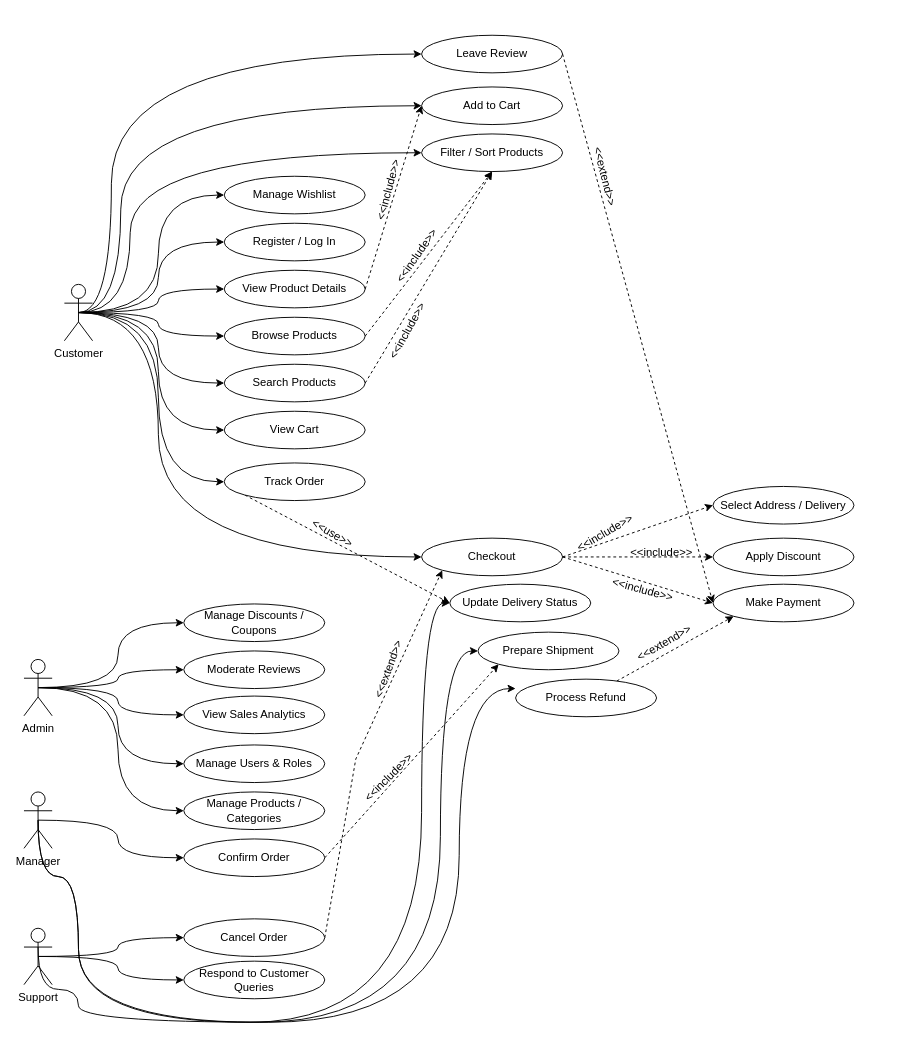
This is Lab2/drawio/usecase.drawio from ValMai12/Labs_1, a draw.io file, before an edit. Source tidied: cells renumbered, new cells numbered last; positions are measured from the earlier drawing's top-left corner, leaving out a move shared by most shapes. Both pictures are drawn from the tidied source at 94%, with x=0, y=0 at pixel (24, 35).
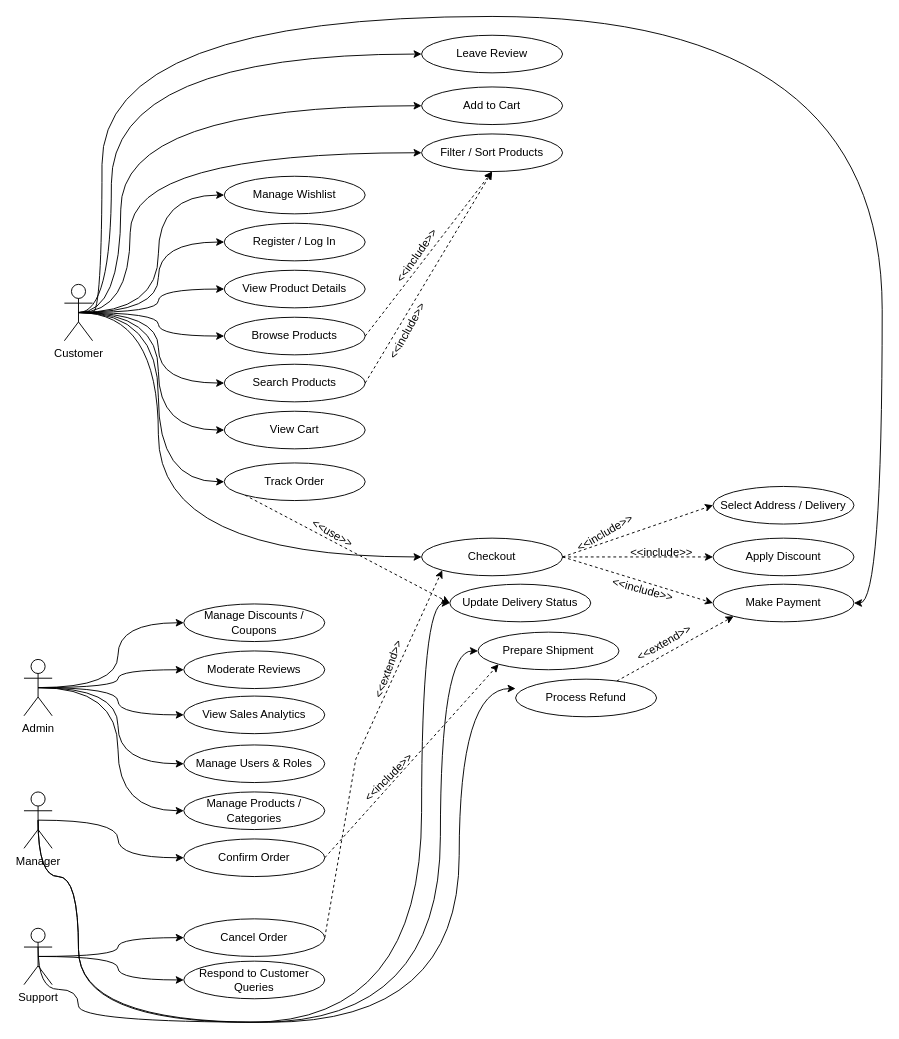
After the change.

Unchanged cells that the change refers to:
```xml
<mxCell id="15" value="Make Payment" style="ellipse;whiteSpace=wrap;html=1;" parent="1" vertex="1">
  <mxGeometry x="733" y="584" width="150" height="40" as="geometry" />
</mxCell>
<mxCell id="19" value="Leave Review" style="ellipse;whiteSpace=wrap;html=1;" parent="1" vertex="1">
  <mxGeometry x="423" width="150" height="40" as="geometry" />
</mxCell>
<mxCell id="22" value="Add to Cart" style="ellipse;whiteSpace=wrap;html=1;" parent="1" vertex="1">
  <mxGeometry x="423" y="55" width="150" height="40" as="geometry" />
</mxCell>
<mxCell id="37" value="View Product Details" style="ellipse;whiteSpace=wrap;html=1;" parent="1" vertex="1">
  <mxGeometry x="213" y="250" width="150" height="40" as="geometry" />
</mxCell>
<mxCell id="49" value="Customer&lt;div&gt;&lt;br&gt;&lt;/div&gt;" style="shape=umlActor;verticalLabelPosition=bottom;verticalAlign=top;html=1;outlineConnect=0;" parent="1" vertex="1">
  <mxGeometry x="43" y="265" width="30" height="60" as="geometry" />
</mxCell>
```

What changed in the source:
```diff
@@
-    <mxCell id="18" style="rounded=0;jettySize=auto;html=1;exitX=1;exitY=0.5;exitDx=0;exitDy=0;entryX=0;entryY=0.5;entryDx=0;entryDy=0;dashed=1;" parent="1" edge="1" source="19" target="15">
-      <mxGeometry relative="1" as="geometry" />
-    </mxCell>
@@
-    <mxCell id="36" style="rounded=0;jettySize=auto;html=1;exitX=1;exitY=0.5;exitDx=0;exitDy=0;entryX=0;entryY=0.5;entryDx=0;entryDy=0;dashed=1;" parent="1" edge="1" source="37" target="22">
-      <mxGeometry relative="1" as="geometry" />
-    </mxCell>
@@
+    <mxCell id="75" style="edgeStyle=orthogonalEdgeStyle;rounded=0;jettySize=auto;html=1;entryX=1;entryY=0.5;entryDx=0;entryDy=0;curved=1;" parent="1" edge="1" source="49" target="15">
+      <mxGeometry relative="1" as="geometry">
+        <Array as="points">
+          <mxPoint x="83" y="295" />
+          <mxPoint x="83" y="-20" />
+          <mxPoint x="913" y="-20" />
+          <mxPoint x="913" y="604" />
+        </Array>
+      </mxGeometry>
+    </mxCell>
@@
-    <mxCell id="70" value="&amp;lt;&amp;lt;include&amp;gt;&amp;gt;" style="text;html=1;align=center;verticalAlign=middle;strokeColor=none;fillColor=none;rotation=-75;" parent="1" vertex="1">
-      <mxGeometry x="343" y="150" width="90" height="30" as="geometry" />
-    </mxCell>
-    <mxCell id="71" value="&amp;lt;&amp;lt;extend&amp;gt;&amp;gt;" style="text;html=1;align=center;verticalAlign=middle;strokeColor=none;fillColor=none;rotation=76;" parent="1" vertex="1">
-      <mxGeometry x="573" y="135" width="90" height="30" as="geometry" />
-    </mxCell>
```
